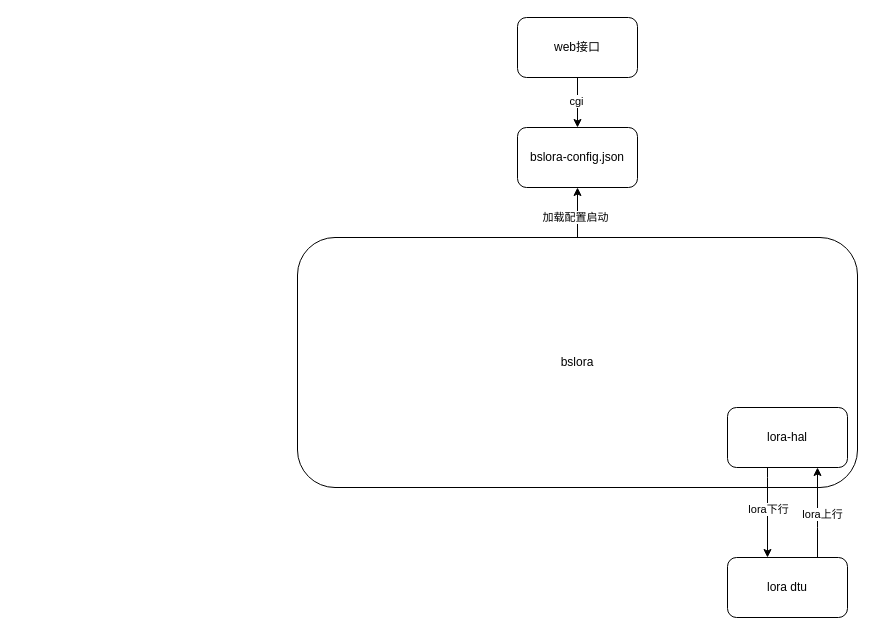
Before: bs-lora.drawio in kent0628/diagrams, a draw.io diagram. Source tidied: cells renumbered, new cells numbered last; positions are measured from the earlier drawing's top-left corner, leaving out a move shared by most shapes. Both pictures are drawn from the tidied source at 100%, with x=0, y=0 at pixel (297, 17).
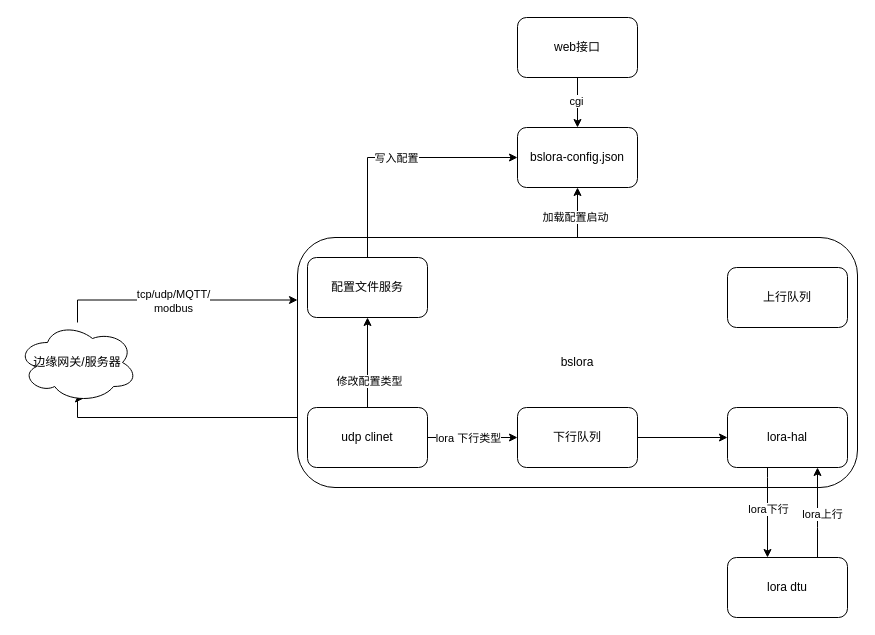
After the change.

The change refers to these unchanged cells:
```xml
<mxCell id="5" value="bslora-config.json" style="rounded=1;whiteSpace=wrap;html=1;" parent="1" vertex="1">
  <mxGeometry x="220" y="110" width="120" height="60" as="geometry" />
</mxCell>
<mxCell id="8" value="bslora" style="rounded=1;whiteSpace=wrap;html=1;" parent="1" vertex="1">
  <mxGeometry y="220" width="560" height="250" as="geometry" />
</mxCell>
<mxCell id="11" value="lora-hal" style="rounded=1;whiteSpace=wrap;html=1;" parent="1" vertex="1">
  <mxGeometry x="430" y="390" width="120" height="60" as="geometry" />
</mxCell>
```

The edit, as a diff of the source:
```diff
@@
+    <mxCell id="15" style="edgeStyle=orthogonalEdgeStyle;rounded=0;jettySize=auto;html=1;entryX=0.55;entryY=0.95;entryDx=0;entryDy=0;entryPerimeter=0;" parent="1" edge="1" source="8" target="23">
+      <mxGeometry relative="1" as="geometry">
+        <Array as="points">
+          <mxPoint x="-220" y="400" />
+          <mxPoint x="-220" y="381" />
+        </Array>
+      </mxGeometry>
+    </mxCell>
@@
+    <mxCell id="16" style="edgeStyle=orthogonalEdgeStyle;rounded=0;jettySize=auto;html=1;" parent="1" edge="1" source="20" target="25">
+      <mxGeometry relative="1" as="geometry" />
+    </mxCell>
+    <mxCell id="17" value="lora 下行类型" style="edgeLabel;html=1;align=center;verticalAlign=middle;" parent="16" vertex="1">
+      <mxGeometry x="-0.43" y="-1" relative="1" as="geometry">
+        <mxPoint x="14" y="-1" as="offset" />
+      </mxGeometry>
+    </mxCell>
+    <mxCell id="18" style="edgeStyle=orthogonalEdgeStyle;rounded=0;jettySize=auto;html=1;" parent="1" edge="1" source="20" target="28">
+      <mxGeometry relative="1" as="geometry" />
+    </mxCell>
+    <mxCell id="19" value="修改配置类型" style="edgeLabel;html=1;align=center;verticalAlign=middle;" parent="18" vertex="1">
+      <mxGeometry x="-0.4" y="-1" relative="1" as="geometry" />
+    </mxCell>
+    <mxCell id="20" value="udp clinet" style="rounded=1;whiteSpace=wrap;html=1;" parent="1" vertex="1">
+      <mxGeometry x="10" y="390" width="120" height="60" as="geometry" />
+    </mxCell>
+    <mxCell id="21" style="edgeStyle=orthogonalEdgeStyle;rounded=0;jettySize=auto;html=1;entryX=0;entryY=0.25;entryDx=0;entryDy=0;" parent="1" edge="1" source="23" target="8">
+      <mxGeometry relative="1" as="geometry">
+        <Array as="points">
+          <mxPoint x="-220" y="283" />
+        </Array>
+      </mxGeometry>
+    </mxCell>
+    <mxCell id="22" value="tcp/udp/MQTT/&lt;br style=&quot;border-color: var(--border-color);&quot;&gt;modbus" style="edgeLabel;html=1;align=center;verticalAlign=middle;" parent="21" vertex="1">
+      <mxGeometry x="-0.03" y="-1" relative="1" as="geometry" />
+    </mxCell>
+    <mxCell id="23" value="边缘网关/服务器" style="ellipse;shape=cloud;whiteSpace=wrap;html=1;" parent="1" vertex="1">
+      <mxGeometry x="-280" y="305" width="120" height="80" as="geometry" />
+    </mxCell>
+    <mxCell id="24" style="edgeStyle=orthogonalEdgeStyle;rounded=0;jettySize=auto;html=1;" parent="1" edge="1" source="25" target="11">
+      <mxGeometry relative="1" as="geometry" />
+    </mxCell>
+    <mxCell id="25" value="下行队列" style="rounded=1;whiteSpace=wrap;html=1;" parent="1" vertex="1">
+      <mxGeometry x="220" y="390" width="120" height="60" as="geometry" />
+    </mxCell>
+    <mxCell id="26" style="edgeStyle=orthogonalEdgeStyle;rounded=0;jettySize=auto;html=1;entryX=0;entryY=0.5;entryDx=0;entryDy=0;" parent="1" edge="1" source="28" target="5">
+      <mxGeometry relative="1" as="geometry">
+        <Array as="points">
+          <mxPoint x="70" y="140" />
+        </Array>
+      </mxGeometry>
+    </mxCell>
+    <mxCell id="27" value="写入配置" style="edgeLabel;html=1;align=center;verticalAlign=middle;" parent="26" vertex="1">
+      <mxGeometry x="0.02" relative="1" as="geometry" />
+    </mxCell>
+    <mxCell id="28" value="配置文件服务" style="rounded=1;whiteSpace=wrap;html=1;" parent="1" vertex="1">
+      <mxGeometry x="10" y="240" width="120" height="60" as="geometry" />
+    </mxCell>
+    <mxCell id="29" value="上行队列" style="rounded=1;whiteSpace=wrap;html=1;" parent="1" vertex="1">
+      <mxGeometry x="430" y="250" width="120" height="60" as="geometry" />
+    </mxCell>
```
